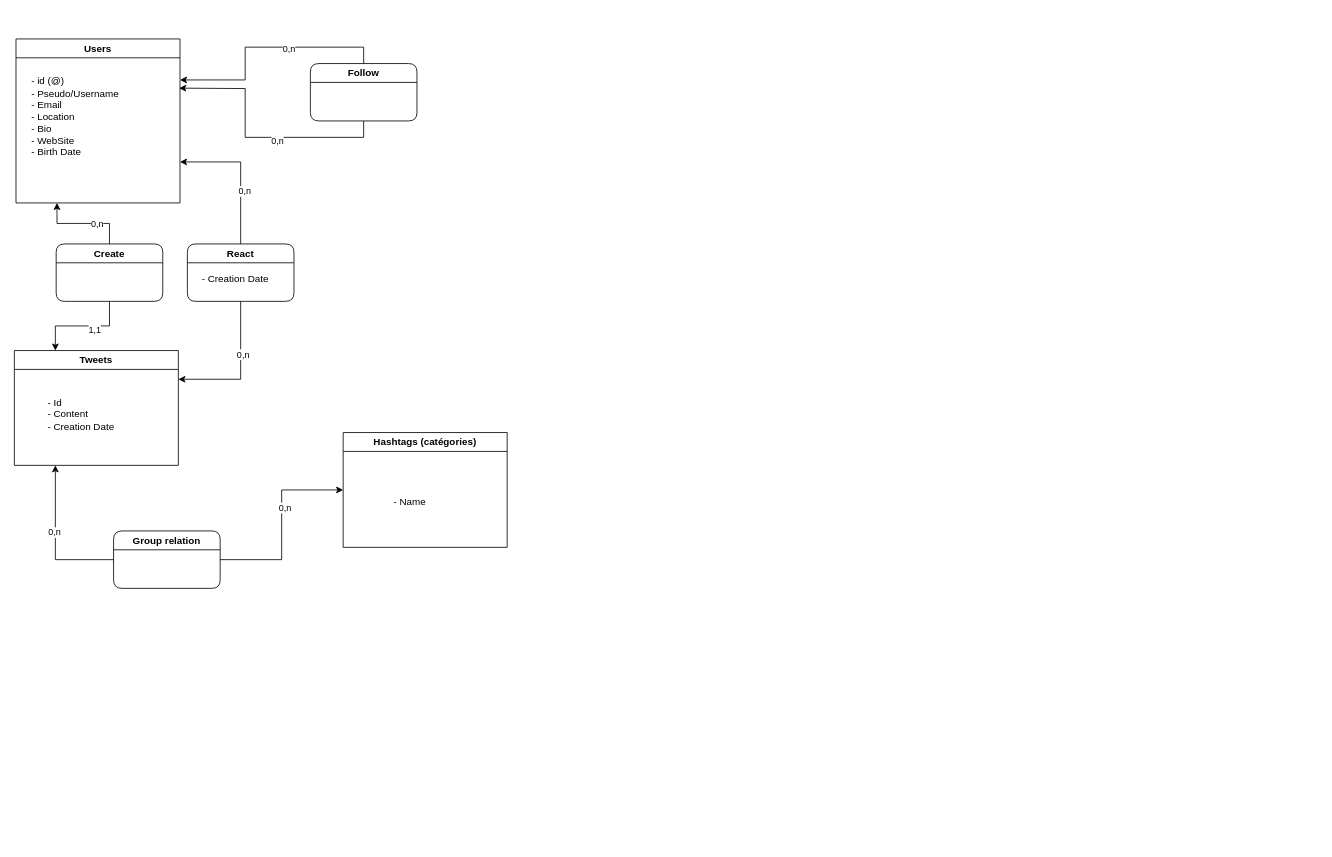
RomainWirth/RomainWirth keeps this draw.io diagram as BDD_PHP_DATAVIZ/MLD - tweeter.drawio. Above is the earlier version. Source tidied: cells renumbered, new cells numbered last; positions are measured from the earlier drawing's top-left corner, leaving out a move shared by most shapes. Both pictures are drawn from the tidied source at 82%, with x=0, y=0 at pixel (14, 39).
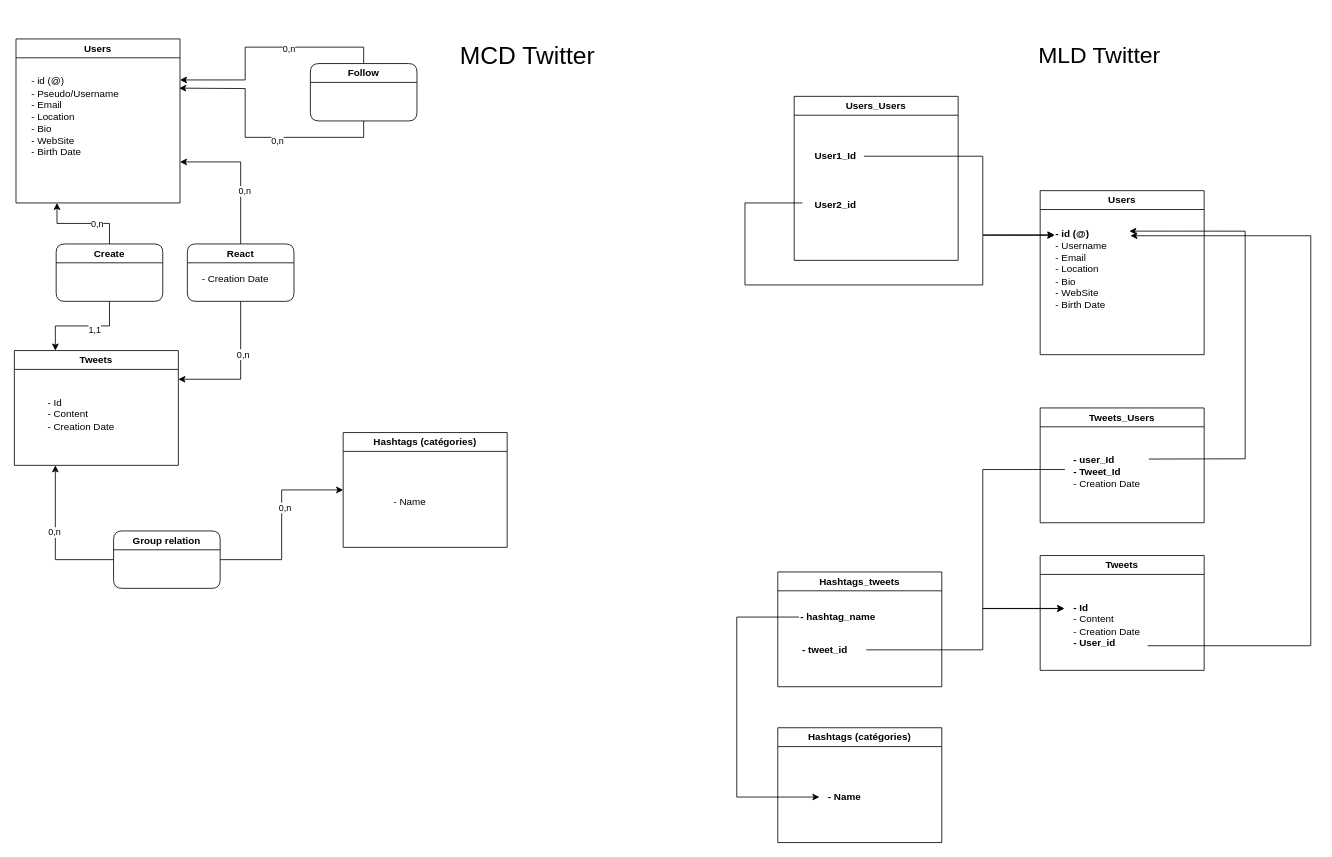
After the change.

Change to the diagram source:
```diff
@@
+    <mxCell id="29" value="Users_Users" style="swimlane;whiteSpace=wrap;html=1;" parent="1" vertex="1">
+      <mxGeometry x="951" y="70" width="200" height="200" as="geometry" />
+    </mxCell>
+    <mxCell id="30" value="&lt;font style=&quot;font-size: 30px;&quot;&gt;MCD Twitter&lt;/font&gt;" style="text;html=1;strokeColor=none;fillColor=none;align=center;verticalAlign=middle;whiteSpace=wrap;rounded=0;" parent="1" vertex="1">
+      <mxGeometry x="541" y="5" width="170" height="30" as="geometry" />
+    </mxCell>
+    <mxCell id="31" value="&lt;font style=&quot;font-size: 28px;&quot;&gt;MLD Twitter&lt;/font&gt;" style="text;html=1;strokeColor=none;fillColor=none;align=center;verticalAlign=middle;whiteSpace=wrap;rounded=0;" parent="1" vertex="1">
+      <mxGeometry x="1236" y="-30" width="175" height="100" as="geometry" />
+    </mxCell>
+    <mxCell id="32" value="Users" style="swimlane;whiteSpace=wrap;html=1;" parent="1" vertex="1">
+      <mxGeometry x="1251" y="185" width="200" height="200" as="geometry" />
+    </mxCell>
+    <mxCell id="33" value="&lt;div align=&quot;left&quot;&gt;&lt;b&gt;- id (@)&lt;/b&gt;&lt;/div&gt;&lt;div align=&quot;left&quot;&gt;- Username&lt;/div&gt;&lt;div align=&quot;left&quot;&gt;- Email&lt;/div&gt;&lt;div align=&quot;left&quot;&gt;- Location&lt;/div&gt;&lt;div align=&quot;left&quot;&gt;- Bio&lt;/div&gt;&lt;div align=&quot;left&quot;&gt;- WebSite&lt;/div&gt;&lt;div align=&quot;left&quot;&gt;- Birth Date&lt;br&gt;&lt;/div&gt;" style="text;html=1;align=left;verticalAlign=middle;points=[];strokeColor=none;fillColor=none;" parent="32" vertex="1">
+      <mxGeometry x="17" y="41" width="90" height="110" as="geometry" />
+    </mxCell>
+    <mxCell id="34" style="edgeStyle=orthogonalEdgeStyle;rounded=0;jettySize=auto;html=1;entryX=0.004;entryY=0.116;entryDx=0;entryDy=0;entryPerimeter=0;" parent="1" edge="1" source="35" target="33">
+      <mxGeometry relative="1" as="geometry">
+        <Array as="points">
+          <mxPoint x="1181" y="143" />
+          <mxPoint x="1181" y="238" />
+        </Array>
+      </mxGeometry>
+    </mxCell>
+    <mxCell id="35" value="&lt;b&gt;User1_Id&lt;/b&gt;" style="text;html=1;align=center;verticalAlign=middle;points=[];strokeColor=none;fillColor=none;" parent="1" vertex="1">
+      <mxGeometry x="966" y="128" width="70" height="30" as="geometry" />
+    </mxCell>
+    <mxCell id="36" style="edgeStyle=orthogonalEdgeStyle;rounded=0;jettySize=auto;html=1;entryX=0.004;entryY=0.124;entryDx=0;entryDy=0;entryPerimeter=0;" parent="1" edge="1" target="33">
+      <mxGeometry relative="1" as="geometry">
+        <mxPoint x="961" y="200" as="sourcePoint" />
+        <Array as="points">
+          <mxPoint x="891" y="200" />
+          <mxPoint x="891" y="300" />
+          <mxPoint x="1181" y="300" />
+          <mxPoint x="1181" y="239" />
+        </Array>
+      </mxGeometry>
+    </mxCell>
+    <mxCell id="37" value="&lt;b&gt;User2_id&lt;/b&gt;" style="text;html=1;align=center;verticalAlign=middle;strokeColor=none;fillColor=none;" parent="1" vertex="1">
+      <mxGeometry x="966" y="188" width="70" height="30" as="geometry" />
+    </mxCell>
+    <mxCell id="38" value="Tweets_Users" style="swimlane;whiteSpace=wrap;html=1;" parent="1" vertex="1">
+      <mxGeometry x="1251" y="450" width="200" height="140" as="geometry" />
+    </mxCell>
+    <mxCell id="39" value="&lt;div align=&quot;left&quot;&gt;&lt;b&gt;- user_Id&lt;/b&gt;&lt;br&gt;&lt;/div&gt;&lt;div align=&quot;left&quot;&gt;&lt;b&gt;- Tweet_Id&lt;/b&gt;&lt;br&gt;&lt;/div&gt;&lt;div align=&quot;left&quot;&gt;- Creation Date&lt;/div&gt;&lt;div align=&quot;left&quot;&gt;&lt;br&gt;&lt;/div&gt;" style="text;html=1;align=center;verticalAlign=middle;points=[];strokeColor=none;fillColor=none;" parent="38" vertex="1">
+      <mxGeometry x="31" y="50" width="100" height="70" as="geometry" />
+    </mxCell>
+    <mxCell id="40" value="Tweets" style="swimlane;whiteSpace=wrap;html=1;" parent="1" vertex="1">
+      <mxGeometry x="1251" y="630" width="200" height="140" as="geometry" />
+    </mxCell>
+    <mxCell id="41" style="edgeStyle=orthogonalEdgeStyle;rounded=0;jettySize=auto;html=1;" parent="40" edge="1" source="42">
+      <mxGeometry relative="1" as="geometry">
+        <mxPoint x="110" y="-390" as="targetPoint" />
+        <Array as="points">
+          <mxPoint x="330" y="110" />
+          <mxPoint x="330" y="-390" />
+          <mxPoint x="110" y="-390" />
+        </Array>
+      </mxGeometry>
+    </mxCell>
+    <mxCell id="42" value="&lt;div align=&quot;left&quot;&gt;&lt;b&gt;- Id&lt;/b&gt;&lt;br&gt;&lt;/div&gt;&lt;div align=&quot;left&quot;&gt;- Content&lt;br&gt;&lt;/div&gt;&lt;div align=&quot;left&quot;&gt;- Creation Date&lt;/div&gt;&lt;div align=&quot;left&quot;&gt;&lt;b&gt;- User_id&lt;/b&gt;&lt;br&gt;&lt;/div&gt;" style="text;html=1;align=center;verticalAlign=middle;points=[];strokeColor=none;fillColor=none;" parent="40" vertex="1">
+      <mxGeometry x="31" y="50" width="100" height="70" as="geometry" />
+    </mxCell>
+    <mxCell id="43" style="edgeStyle=orthogonalEdgeStyle;rounded=0;jettySize=auto;html=1;entryX=1.019;entryY=0.076;entryDx=0;entryDy=0;entryPerimeter=0;exitX=1.016;exitY=0.176;exitDx=0;exitDy=0;exitPerimeter=0;" parent="1" edge="1" source="39" target="33">
+      <mxGeometry relative="1" as="geometry">
+        <Array as="points">
+          <mxPoint x="1391" y="512" />
+          <mxPoint x="1501" y="512" />
+          <mxPoint x="1501" y="234" />
+        </Array>
+      </mxGeometry>
+    </mxCell>
+    <mxCell id="44" style="edgeStyle=orthogonalEdgeStyle;rounded=0;jettySize=auto;html=1;entryX=-0.018;entryY=0.21;entryDx=0;entryDy=0;entryPerimeter=0;exitX=-0.008;exitY=0.358;exitDx=0;exitDy=0;exitPerimeter=0;" parent="1" edge="1" source="39" target="42">
+      <mxGeometry relative="1" as="geometry">
+        <Array as="points">
+          <mxPoint x="1181" y="525" />
+          <mxPoint x="1181" y="695" />
+        </Array>
+      </mxGeometry>
+    </mxCell>
+    <mxCell id="45" value="Hashtags (catégories)" style="swimlane;whiteSpace=wrap;html=1;" parent="1" vertex="1">
+      <mxGeometry x="931" y="840" width="200" height="140" as="geometry" />
+    </mxCell>
+    <mxCell id="46" value="&lt;b&gt;- Name&lt;/b&gt;" style="text;html=1;align=center;verticalAlign=middle;points=[];strokeColor=none;fillColor=none;" parent="45" vertex="1">
+      <mxGeometry x="51" y="70" width="60" height="30" as="geometry" />
+    </mxCell>
+    <mxCell id="47" value="Hashtags_tweets" style="swimlane;whiteSpace=wrap;html=1;startSize=23;" parent="1" vertex="1">
+      <mxGeometry x="931" y="650" width="200" height="140" as="geometry" />
+    </mxCell>
+    <mxCell id="48" value="&lt;div align=&quot;left&quot;&gt;&lt;b&gt;- hashtag_name&lt;/b&gt;&lt;/div&gt;" style="text;html=1;align=left;verticalAlign=middle;points=[];strokeColor=none;fillColor=none;" parent="47" vertex="1">
+      <mxGeometry x="26" y="40" width="110" height="30" as="geometry" />
+    </mxCell>
+    <mxCell id="49" value="&lt;div align=&quot;left&quot;&gt;&lt;b&gt;- tweet_id&lt;/b&gt;&lt;/div&gt;" style="text;html=1;align=left;verticalAlign=middle;points=[];strokeColor=none;fillColor=none;" parent="47" vertex="1">
+      <mxGeometry x="28" y="80" width="80" height="30" as="geometry" />
+    </mxCell>
+    <mxCell id="50" style="edgeStyle=orthogonalEdgeStyle;rounded=0;jettySize=auto;html=1;entryX=-0.004;entryY=0.483;entryDx=0;entryDy=0;entryPerimeter=0;" parent="1" edge="1" source="48" target="46">
+      <mxGeometry relative="1" as="geometry">
+        <Array as="points">
+          <mxPoint x="881" y="705" />
+          <mxPoint x="881" y="925" />
+        </Array>
+      </mxGeometry>
+    </mxCell>
+    <mxCell id="51" style="edgeStyle=orthogonalEdgeStyle;rounded=0;jettySize=auto;html=1;entryX=-0.015;entryY=0.207;entryDx=0;entryDy=0;entryPerimeter=0;" parent="1" edge="1" source="49" target="42">
+      <mxGeometry relative="1" as="geometry">
+        <Array as="points">
+          <mxPoint x="1181" y="745" />
+          <mxPoint x="1181" y="695" />
+        </Array>
+      </mxGeometry>
+    </mxCell>
```
